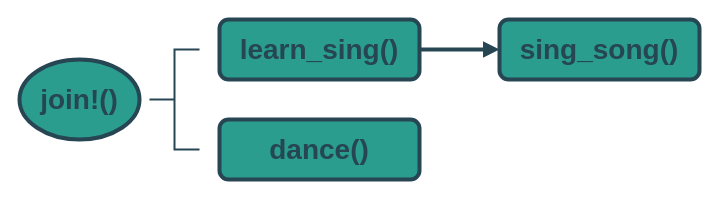
The draw.io diagram src/async/async-dance.drawio in XuShaohua/intro-to-rust, before the edit. Source tidied: cells renumbered, new cells numbered last; positions are measured from the earlier drawing's top-left corner, leaving out a move shared by most shapes. Both pictures are drawn from the tidied source at 100%, with x=0, y=0 at pixel (19, 19).
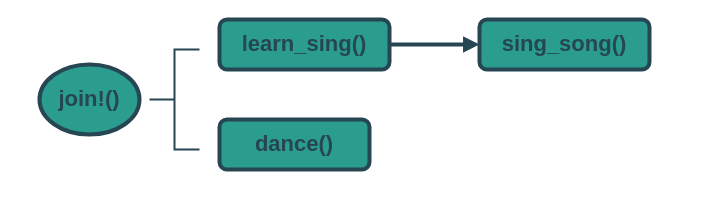
The same page after the edit.

Commit message (it also covers changes not shown here):
async: Add futures and tasks

What changed in the source:
```diff
@@
 <mxGraphModel>
   <root>
     <mxCell id="0" />
     <mxCell id="1" parent="0" />
-    <mxCell id="2" style="edgeStyle=orthogonalEdgeStyle;rounded=1;jettySize=auto;html=1;shadow=0;strokeColor=#264653;strokeWidth=4;fontFamily=Ubuntu;fontSize=28;fontColor=#264653;fontStyle=1;endArrow=block;endFill=1;fillColor=#264653;" parent="1" edge="1" source="3" target="4">
+    <mxCell id="2" style="edgeStyle=orthogonalEdgeStyle;rounded=1;jettySize=auto;html=1;shadow=0;strokeColor=#264653;strokeWidth=4;fontFamily=Ubuntu;fontSize=28;fontColor=#264653;fontStyle=1;endArrow=block;endFill=1;fillColor=#264653;entryX=0;entryY=0.5;entryDx=0;entryDy=0;" parent="1" edge="1" source="3" target="4">
       <mxGeometry relative="1" as="geometry" />
     </mxCell>
-    <mxCell id="3" value="learn_sing()" style="rounded=1;whiteSpace=wrap;html=1;shadow=0;strokeColor=#264653;strokeWidth=4;fontFamily=Ubuntu;fontSize=28;fontColor=#264653;fontStyle=1;fillColor=#2a9d8f;" parent="1" vertex="1">
-      <mxGeometry x="200" width="200" height="60" as="geometry" />
+    <mxCell id="3" value="learn_sing()" style="rounded=1;whiteSpace=wrap;html=1;shadow=0;strokeColor=#264653;strokeWidth=4;fontFamily=Ubuntu;fontSize=22;fontColor=#264653;fontStyle=1;fillColor=#2a9d8f;" parent="1" vertex="1">
+      <mxGeometry x="200" width="170" height="50" as="geometry" />
     </mxCell>
-    <mxCell id="4" value="sing_song()" style="rounded=1;whiteSpace=wrap;html=1;shadow=0;strokeColor=#264653;strokeWidth=4;fontFamily=Ubuntu;fontSize=28;fontColor=#264653;fontStyle=1;fillColor=#2a9d8f;" parent="1" vertex="1">
-      <mxGeometry x="480" width="200" height="60" as="geometry" />
-    </mxCell>
-    <mxCell id="5" value="dance()" style="rounded=1;whiteSpace=wrap;html=1;shadow=0;strokeColor=#264653;strokeWidth=4;fontFamily=Ubuntu;fontSize=28;fontColor=#264653;fontStyle=1;fillColor=#2a9d8f;" parent="1" vertex="1">
-      <mxGeometry x="200" y="100" width="200" height="60" as="geometry" />
+    <mxCell id="5" value="dance()" style="rounded=1;whiteSpace=wrap;html=1;shadow=0;strokeColor=#264653;strokeWidth=4;fontFamily=Ubuntu;fontSize=22;fontColor=#264653;fontStyle=1;fillColor=#2a9d8f;" parent="1" vertex="1">
+      <mxGeometry x="200" y="100" width="150" height="50" as="geometry" />
     </mxCell>
     <mxCell id="6" style="strokeWidth=2;html=1;shape=mxgraph.flowchart.annotation_2;align=left;labelPosition=right;rounded=1;shadow=0;strokeColor=#264653;fontFamily=Ubuntu;fontSize=28;fontColor=#264653;fontStyle=1;fillColor=#2a9d8f;" parent="1" vertex="1">
       <mxGeometry x="130" y="30" width="50" height="100" as="geometry" />
     </mxCell>
-    <mxCell id="7" value="join!()" style="ellipse;whiteSpace=wrap;html=1;rounded=1;shadow=0;strokeColor=#264653;strokeWidth=4;fontFamily=Ubuntu;fontSize=28;fontColor=#264653;fontStyle=1;fillColor=#2a9d8f;" parent="1" vertex="1">
-      <mxGeometry y="40" width="120" height="80" as="geometry" />
+    <mxCell id="7" value="join!()" style="ellipse;whiteSpace=wrap;html=1;rounded=1;shadow=0;strokeColor=#264653;strokeWidth=4;fontFamily=Ubuntu;fontSize=22;fontColor=#264653;fontStyle=1;fillColor=#2a9d8f;" parent="1" vertex="1">
+      <mxGeometry x="20" y="45" width="100" height="70" as="geometry" />
     </mxCell>
+    <mxCell id="8" style="edgeStyle=orthogonalEdgeStyle;rounded=1;orthogonalLoop=1;jettySize=auto;html=1;exitX=0.5;exitY=1;exitDx=0;exitDy=0;shadow=0;strokeColor=#264653;strokeWidth=4;fontFamily=Ubuntu;fontSize=28;fontColor=#264653;fontStyle=1;endArrow=block;endFill=1;fillColor=#264653;" parent="1" edge="1">
+      <mxGeometry relative="1" as="geometry">
+        <mxPoint x="575" y="55" as="sourcePoint" />
+        <mxPoint x="575" y="55" as="targetPoint" />
+      </mxGeometry>
+    </mxCell>
+    <mxCell id="4" value="sing_song()" style="rounded=1;whiteSpace=wrap;html=1;shadow=0;strokeColor=#264653;strokeWidth=4;fontFamily=Ubuntu;fontSize=22;fontColor=#264653;fontStyle=1;fillColor=#2a9d8f;" parent="1" vertex="1">
+      <mxGeometry x="460" width="170" height="50" as="geometry" />
+    </mxCell>
   </root>
 </mxGraphModel>
```
